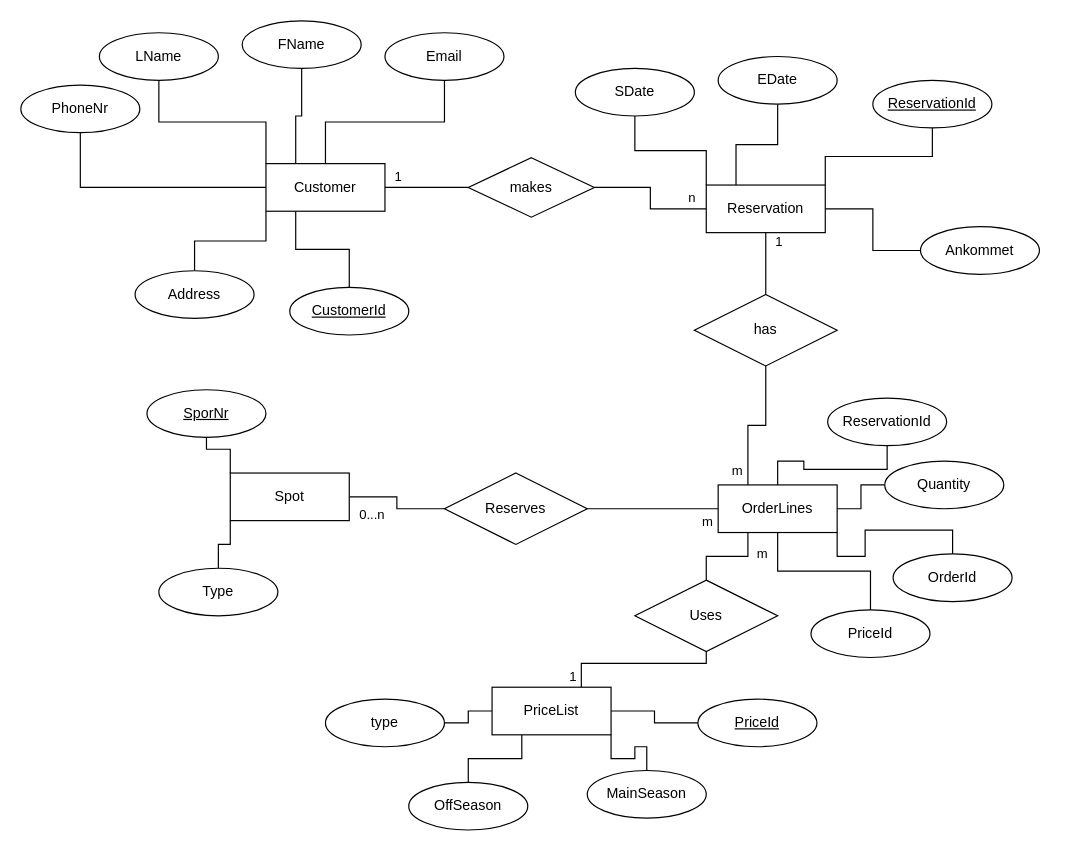
Earlier version of the draw.io diagram Documentation/ER Diagram.drawio (emils0/Campingpladsen). Source tidied: cells renumbered, new cells numbered last; positions are measured from the earlier drawing's top-left corner, leaving out a move shared by most shapes. Both pictures are drawn from the tidied source at 119%, with x=0, y=0 at pixel (20, 20).
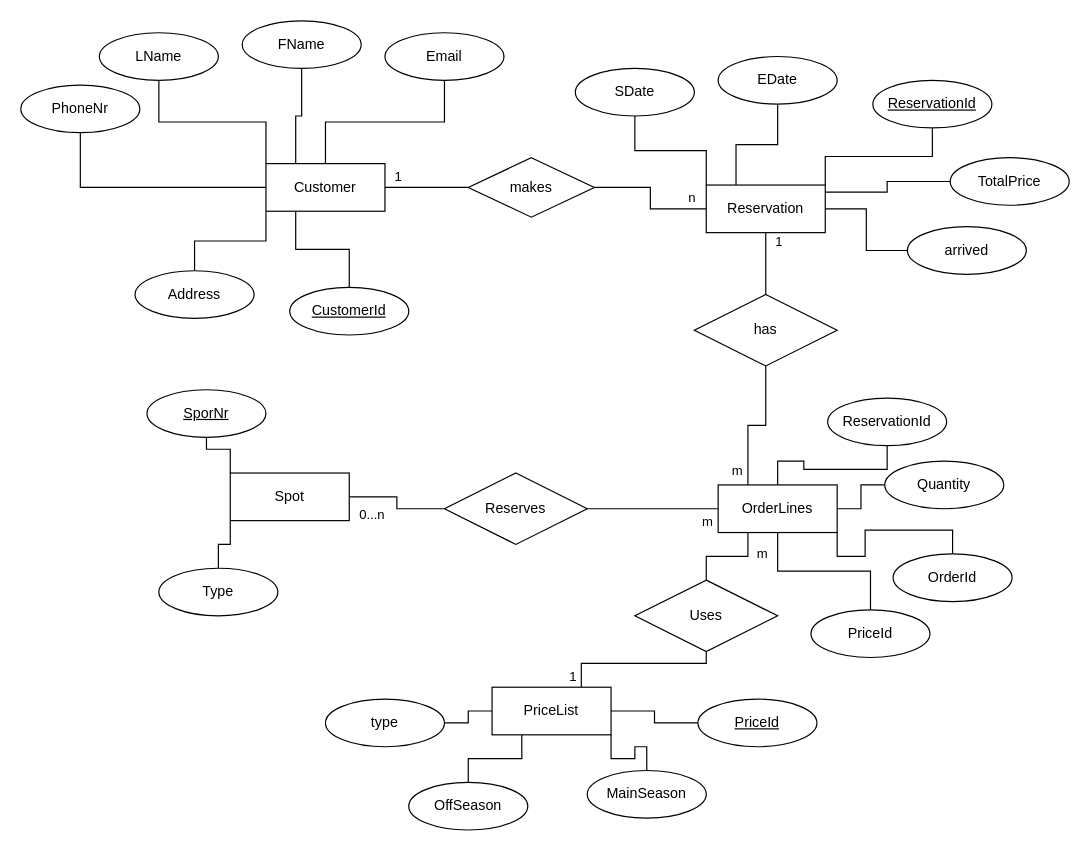
Above is the later version.

The change refers to these unchanged cells:
```xml
<mxCell id="24" value="Reservation" style="whiteSpace=wrap;html=1;align=center;" parent="1" vertex="1">
  <mxGeometry x="576" y="138" width="100" height="40" as="geometry" />
</mxCell>
```

What changed in the source:
```diff
@@
-    <mxCell id="66" value="Ankommet" style="ellipse;whiteSpace=wrap;html=1;align=center;" parent="1" vertex="1">
-      <mxGeometry x="756" y="173" width="100" height="40" as="geometry" />
+    <mxCell id="66" value="arrived" style="ellipse;whiteSpace=wrap;html=1;align=center;" parent="1" vertex="1">
+      <mxGeometry x="745" y="173" width="100" height="40" as="geometry" />
     </mxCell>
+    <mxCell id="67" style="edgeStyle=orthogonalEdgeStyle;rounded=0;jettySize=auto;html=1;endArrow=none;endFill=0;" parent="1" edge="1" source="68" target="24">
+      <mxGeometry relative="1" as="geometry">
+        <Array as="points">
+          <mxPoint x="728" y="135" />
+          <mxPoint x="728" y="144" />
+        </Array>
+      </mxGeometry>
+    </mxCell>
+    <mxCell id="68" value="TotalPrice" style="ellipse;whiteSpace=wrap;html=1;align=center;" parent="1" vertex="1">
+      <mxGeometry x="781" y="115" width="100" height="40" as="geometry" />
+    </mxCell>
```
